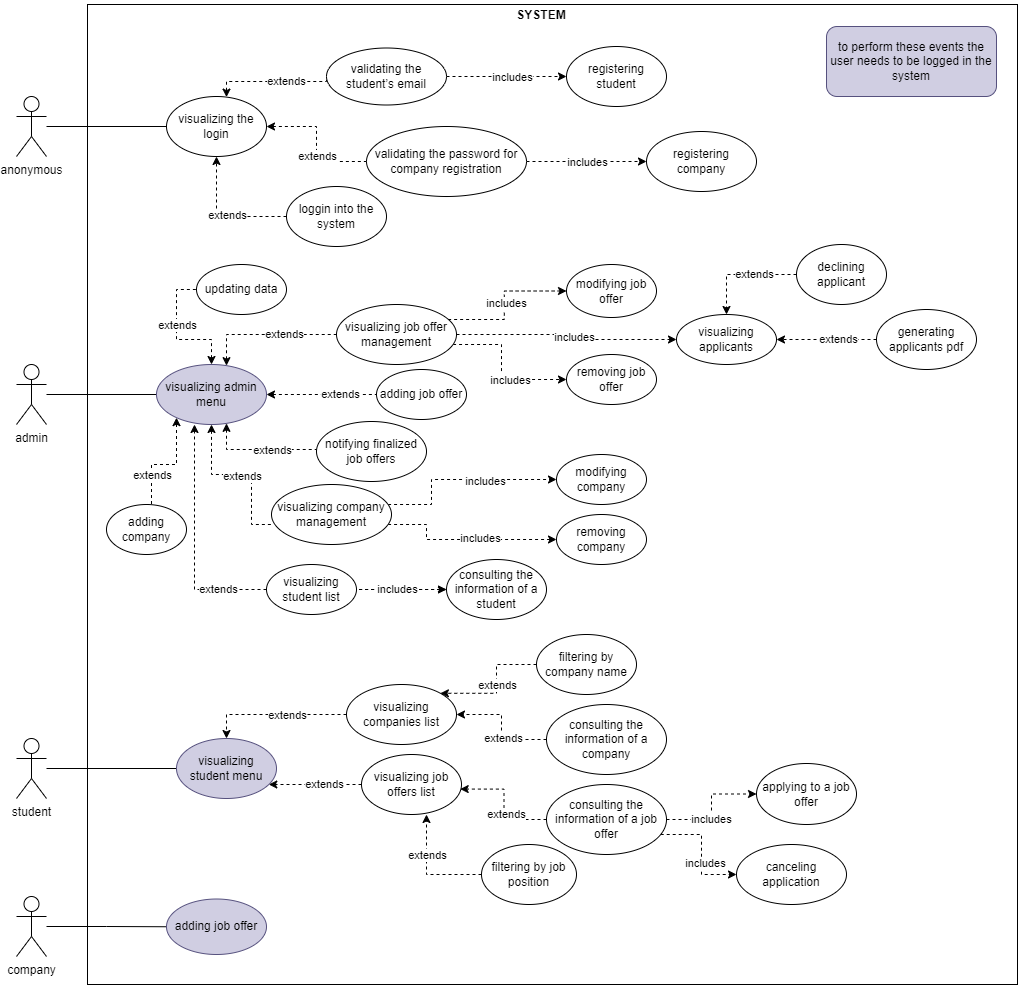
Above: Documentacion/documentacion-casos de uso.png in MartinSolera/FindYourJob2 (draw.io), before the change. Source tidied: cells renumbered, new cells last; positions are measured from the earlier drawing's top-left corner, leaving out a move shared by most shapes.
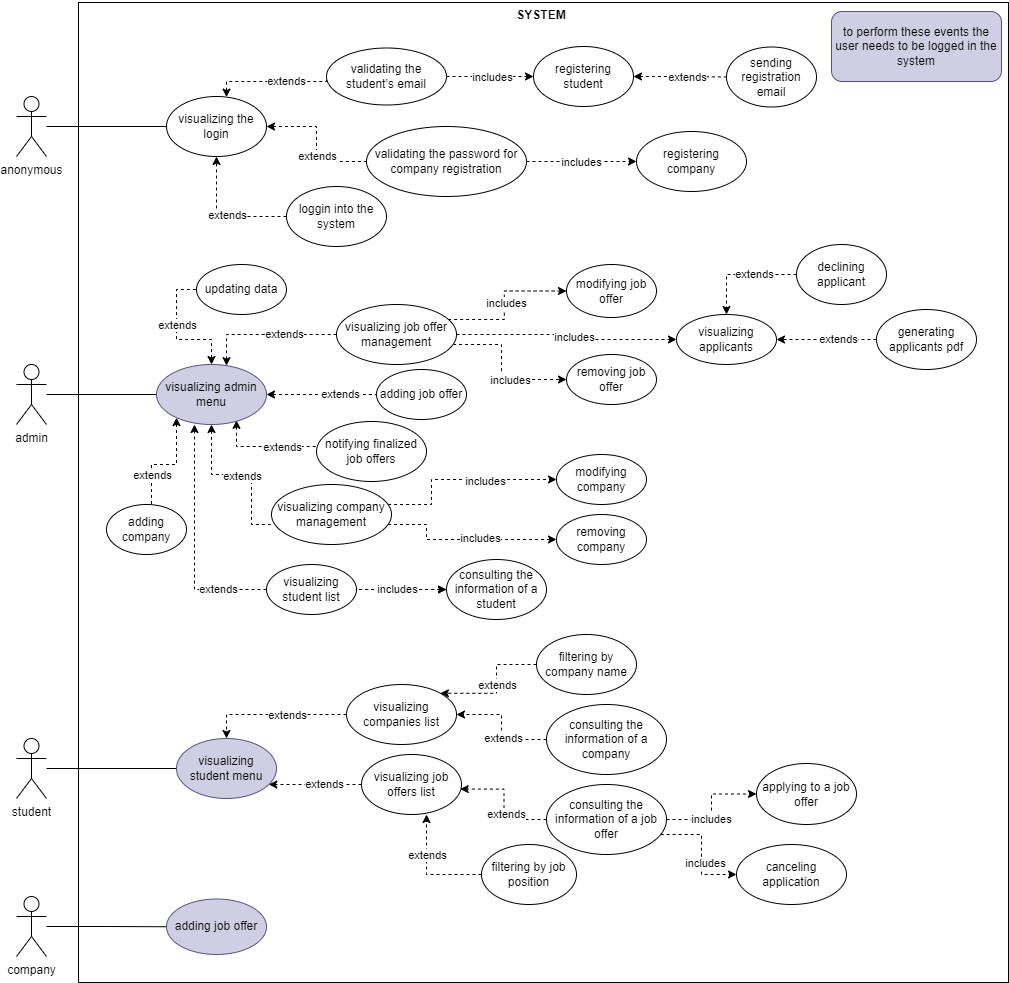
The same file after the commit.

What changed in the source:
```diff
@@ -3,7 +3,7 @@
     <mxCell id="0" />
     <mxCell id="1" parent="0" />
     <mxCell id="2" style="rounded=0;whiteSpace=wrap;html=1;fillColor=none;" parent="1" vertex="1">
-      <mxGeometry x="71" y="4" width="930" height="980" as="geometry" />
+      <mxGeometry x="62" y="2" width="930" height="980" as="geometry" />
     </mxCell>
     <mxCell id="3" style="edgeStyle=orthogonalEdgeStyle;rounded=0;jettySize=auto;html=1;entryX=0;entryY=0.5;entryDx=0;entryDy=0;endArrow=none;endFill=0;" parent="1" edge="1" source="4" target="19">
       <mxGeometry relative="1" as="geometry" />
@@ -46,7 +46,7 @@
       <mxGeometry x="350" y="126" width="160" height="70" as="geometry" />
     </mxCell>
     <mxCell id="14" value="registering company" style="ellipse;whiteSpace=wrap;html=1;" parent="1" vertex="1">
-      <mxGeometry x="630" y="131" width="110" height="60" as="geometry" />
+      <mxGeometry x="620" y="131" width="110" height="60" as="geometry" />
     </mxCell>
     <mxCell id="15" style="edgeStyle=orthogonalEdgeStyle;rounded=0;jettySize=auto;html=1;entryX=0;entryY=0.5;entryDx=0;entryDy=0;endArrow=none;endFill=0;dashed=1;startArrow=classic;startFill=1;" parent="1" edge="1" source="19" target="13">
       <mxGeometry relative="1" as="geometry" />
@@ -70,7 +70,7 @@
       <mxGeometry x="150" y="96" width="100" height="60" as="geometry" />
     </mxCell>
     <mxCell id="20" value="to perform these events the user needs to be logged in the system" style="rounded=1;whiteSpace=wrap;html=1;fillColor=#d0cee2;strokeColor=#56517e;" parent="1" vertex="1">
-      <mxGeometry x="810" y="26" width="170" height="70" as="geometry" />
+      <mxGeometry x="815" y="11" width="170" height="70" as="geometry" />
     </mxCell>
     <mxCell id="21" style="edgeStyle=orthogonalEdgeStyle;rounded=0;jettySize=auto;html=1;dashed=1;startArrow=none;startFill=0;endArrow=classic;endFill=1;entryX=0;entryY=0.5;entryDx=0;entryDy=0;" parent="1" edge="1" target="58">
       <mxGeometry relative="1" as="geometry">
@@ -106,8 +106,16 @@
     <mxCell id="27" value="&lt;span&gt;visualizing job offer management&lt;/span&gt;" style="ellipse;whiteSpace=wrap;html=1;" parent="1" vertex="1">
       <mxGeometry x="320" y="304" width="120" height="60" as="geometry" />
     </mxCell>
+    <mxCell id="102" style="edgeStyle=orthogonalEdgeStyle;rounded=0;jettySize=auto;html=1;entryX=0;entryY=0.5;entryDx=0;entryDy=0;dashed=1;startArrow=classic;startFill=1;endArrow=none;endFill=0;" parent="1" edge="1" source="28" target="104">
+      <mxGeometry relative="1" as="geometry" />
+    </mxCell>
+    <mxCell id="103" value="extends" style="edgeLabel;html=1;align=center;verticalAlign=middle;" parent="102" vertex="1">
+      <mxGeometry x="0.26" y="-2" relative="1" as="geometry">
+        <mxPoint x="-5" y="-2" as="offset" />
+      </mxGeometry>
+    </mxCell>
     <mxCell id="28" value="registering student" style="ellipse;whiteSpace=wrap;html=1;" parent="1" vertex="1">
-      <mxGeometry x="550" y="46" width="100" height="60" as="geometry" />
+      <mxGeometry x="517" y="46" width="100" height="60" as="geometry" />
     </mxCell>
     <mxCell id="29" style="edgeStyle=orthogonalEdgeStyle;rounded=0;jettySize=auto;html=1;endArrow=classic;endFill=1;dashed=1;" parent="1" edge="1" source="31" target="28">
       <mxGeometry relative="1" as="geometry">
@@ -154,10 +162,12 @@
     <mxCell id="38" value="extends" style="edgeLabel;html=1;align=center;verticalAlign=middle;" parent="37" vertex="1">
       <mxGeometry x="0.33" y="1" relative="1" as="geometry" />
     </mxCell>
-    <mxCell id="39" style="edgeStyle=orthogonalEdgeStyle;rounded=0;jettySize=auto;html=1;entryX=0;entryY=0.5;entryDx=0;entryDy=0;dashed=1;startArrow=classic;startFill=1;endArrow=none;endFill=0;" parent="1" edge="1" source="47" target="49">
+    <mxCell id="39" style="edgeStyle=orthogonalEdgeStyle;rounded=0;orthogonalLoop=1;jettySize=auto;html=1;entryX=0;entryY=0.5;entryDx=0;entryDy=0;dashed=1;startArrow=classic;startFill=1;endArrow=none;endFill=0;" parent="1" edge="1">
       <mxGeometry relative="1" as="geometry">
+        <mxPoint x="220" y="419.9" as="sourcePoint" />
+        <mxPoint x="310" y="448" as="targetPoint" />
         <Array as="points">
-          <mxPoint x="210" y="449" />
+          <mxPoint x="220" y="446" />
         </Array>
       </mxGeometry>
     </mxCell>
@@ -410,5 +420,8 @@
     <mxCell id="101" value="consulting the information of a student" style="ellipse;whiteSpace=wrap;html=1;" parent="1" vertex="1">
       <mxGeometry x="430" y="559" width="100" height="60" as="geometry" />
     </mxCell>
+    <mxCell id="104" value="sending registration email" style="ellipse;whiteSpace=wrap;html=1;" parent="1" vertex="1">
+      <mxGeometry x="710" y="46.5" width="90" height="60" as="geometry" />
+    </mxCell>
   </root>
 </mxGraphModel>
```
